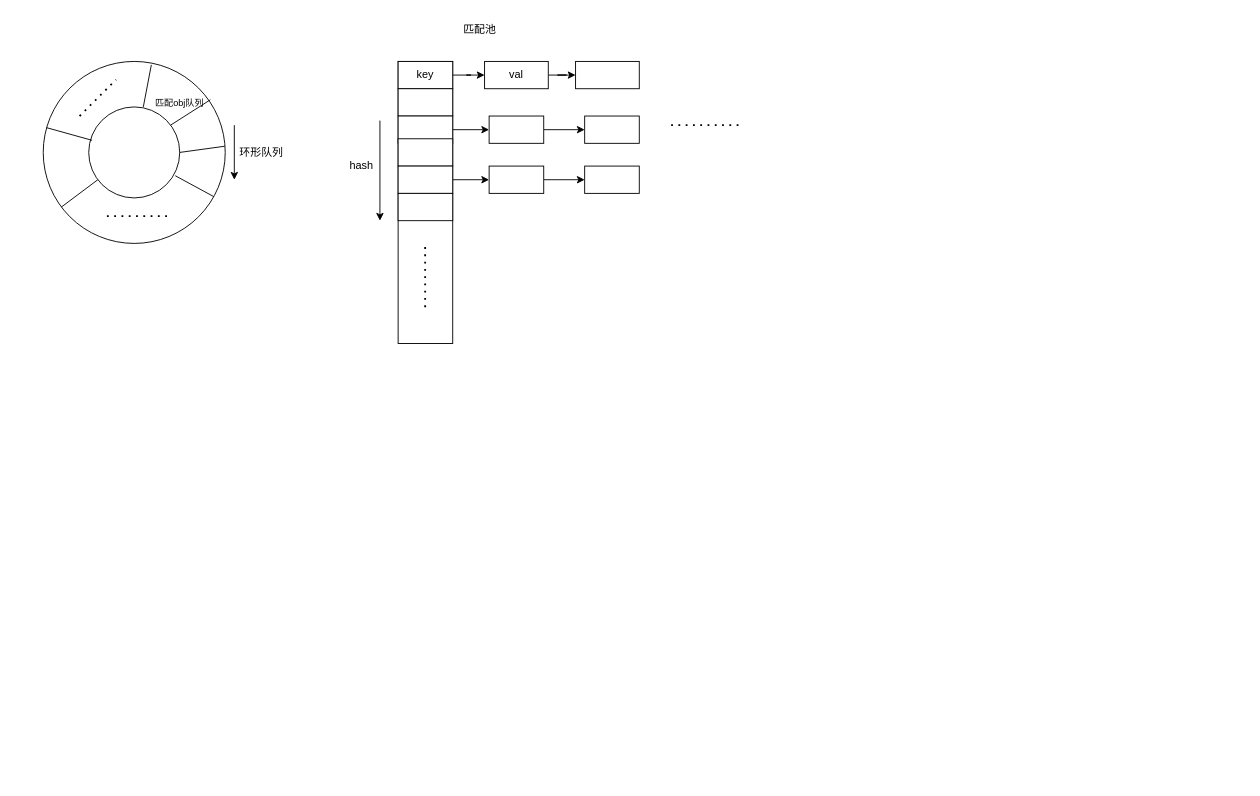
This is 匹配服务.drawio from junpfeng/UE, a draw.io file, before an edit. Source tidied: cells renumbered, new cells numbered last; positions are measured from the earlier drawing's top-left corner, leaving out a move shared by most shapes. Both pictures are drawn from the tidied source at 91%, with x=0, y=0 at pixel (43, 15).
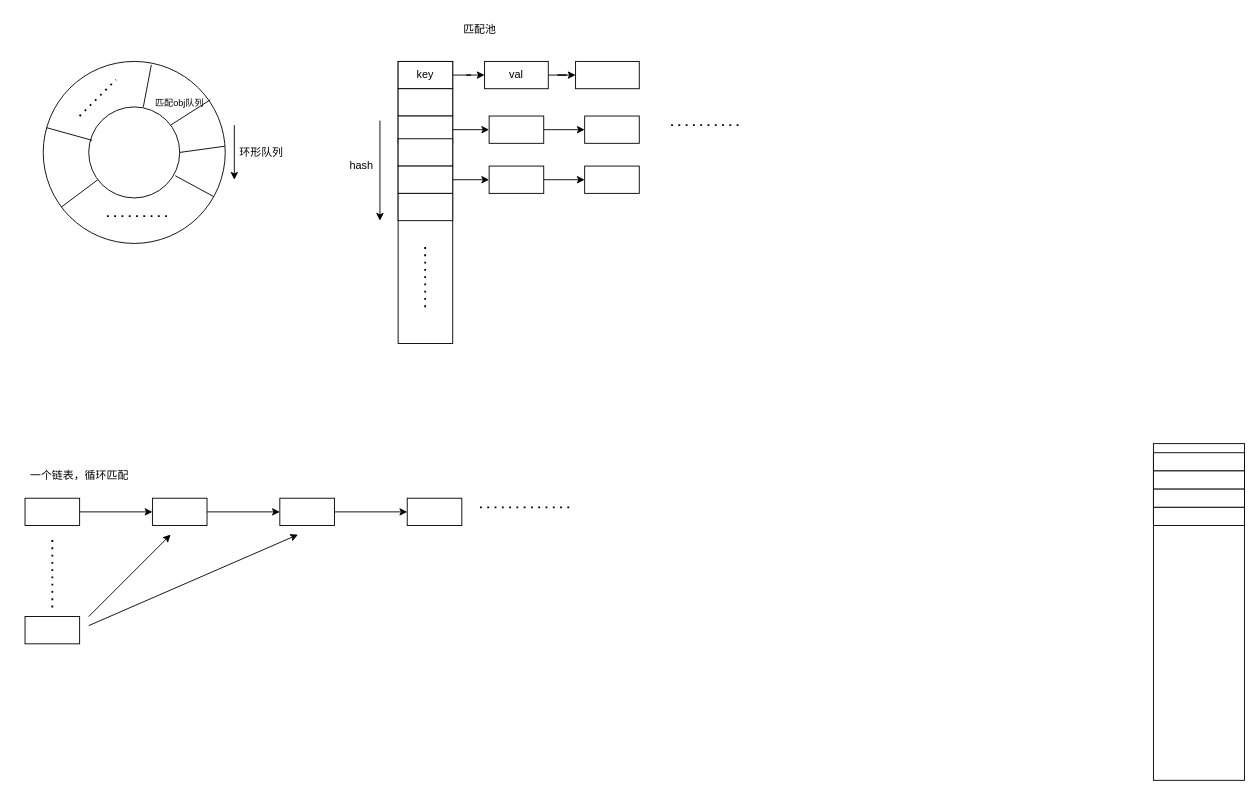
After the change.

Commit message:
更新匹配服务.drawio

The edit, as a diff of the source:
```diff
@@
+    <mxCell id="39" style="edgeStyle=orthogonalEdgeStyle;rounded=0;jettySize=auto;html=1;" parent="1" edge="1" source="40" target="42">
+      <mxGeometry relative="1" as="geometry" />
+    </mxCell>
+    <mxCell id="40" style="rounded=0;whiteSpace=wrap;html=1;" parent="1" vertex="1">
+      <mxGeometry x="-20" y="530" width="60" height="30" as="geometry" />
+    </mxCell>
+    <mxCell id="41" style="edgeStyle=orthogonalEdgeStyle;rounded=0;jettySize=auto;html=1;" parent="1" edge="1" source="42" target="44">
+      <mxGeometry relative="1" as="geometry" />
+    </mxCell>
+    <mxCell id="42" style="rounded=0;whiteSpace=wrap;html=1;" parent="1" vertex="1">
+      <mxGeometry x="120" y="530" width="60" height="30" as="geometry" />
+    </mxCell>
+    <mxCell id="43" style="edgeStyle=orthogonalEdgeStyle;rounded=0;jettySize=auto;html=1;" parent="1" edge="1" source="44" target="45">
+      <mxGeometry relative="1" as="geometry" />
+    </mxCell>
+    <mxCell id="44" style="rounded=0;whiteSpace=wrap;html=1;" parent="1" vertex="1">
+      <mxGeometry x="260" y="530" width="60" height="30" as="geometry" />
+    </mxCell>
+    <mxCell id="45" style="rounded=0;whiteSpace=wrap;html=1;" parent="1" vertex="1">
+      <mxGeometry x="400" y="530" width="60" height="30" as="geometry" />
+    </mxCell>
+    <mxCell id="46" style="endArrow=none;dashed=1;html=1;dashPattern=1 3;strokeWidth=2;rounded=0;" parent="1" edge="1">
+      <mxGeometry relative="1" as="geometry">
+        <mxPoint x="480" y="540" as="sourcePoint" />
+        <mxPoint x="580" y="540" as="targetPoint" />
+      </mxGeometry>
+    </mxCell>
+    <mxCell id="47" style="rounded=0;whiteSpace=wrap;html=1;" parent="1" vertex="1">
+      <mxGeometry x="-20" y="660" width="60" height="30" as="geometry" />
+    </mxCell>
+    <mxCell id="48" style="endArrow=classic;html=1;rounded=0;" parent="1" edge="1">
+      <mxGeometry relative="1" as="geometry">
+        <mxPoint x="50" y="660" as="sourcePoint" />
+        <mxPoint x="140" y="570" as="targetPoint" />
+      </mxGeometry>
+    </mxCell>
+    <mxCell id="49" style="endArrow=classic;html=1;rounded=0;" parent="1" edge="1">
+      <mxGeometry relative="1" as="geometry">
+        <mxPoint x="50" y="670" as="sourcePoint" />
+        <mxPoint x="280" y="570" as="targetPoint" />
+      </mxGeometry>
+    </mxCell>
+    <mxCell id="50" style="endArrow=none;dashed=1;html=1;dashPattern=1 3;strokeWidth=2;rounded=0;" parent="1" edge="1">
+      <mxGeometry relative="1" as="geometry">
+        <mxPoint x="10" y="650" as="sourcePoint" />
+        <mxPoint x="10" y="570" as="targetPoint" />
+      </mxGeometry>
+    </mxCell>
+    <mxCell id="51" value="一个链表，循环匹配" style="text;html=1;strokeColor=none;fillColor=none;align=center;verticalAlign=middle;whiteSpace=wrap;rounded=0;" parent="1" vertex="1">
+      <mxGeometry x="-30" y="490" width="140" height="30" as="geometry" />
+    </mxCell>
+    <mxCell id="52" style="rounded=0;whiteSpace=wrap;html=1;" parent="1" vertex="1">
+      <mxGeometry x="1220" y="470" width="100" height="370" as="geometry" />
+    </mxCell>
+    <mxCell id="53" style="rounded=0;whiteSpace=wrap;html=1;" parent="1" vertex="1">
+      <mxGeometry x="1220" y="480" width="100" height="20" as="geometry" />
+    </mxCell>
+    <mxCell id="54" style="rounded=0;whiteSpace=wrap;html=1;" parent="1" vertex="1">
+      <mxGeometry x="1220" y="500" width="100" height="20" as="geometry" />
+    </mxCell>
+    <mxCell id="55" style="rounded=0;whiteSpace=wrap;html=1;" parent="1" vertex="1">
+      <mxGeometry x="1220" y="520" width="100" height="20" as="geometry" />
+    </mxCell>
+    <mxCell id="56" style="rounded=0;whiteSpace=wrap;html=1;" parent="1" vertex="1">
+      <mxGeometry x="1220" y="540" width="100" height="20" as="geometry" />
+    </mxCell>
```
